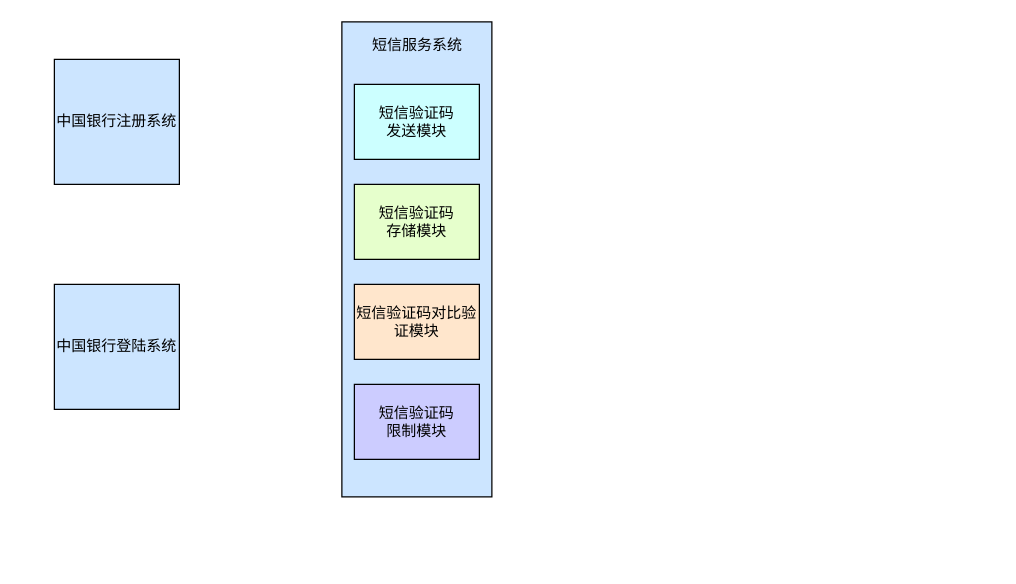
The draw.io diagram 整体架构图.drawio in Foward-Fu/Demo, before the edit. Source tidied: cells renumbered, new cells numbered last; positions are measured from the earlier drawing's top-left corner, leaving out a move shared by most shapes. Both pictures are drawn from the tidied source at 125%, with x=0, y=0 at pixel (54, 21).
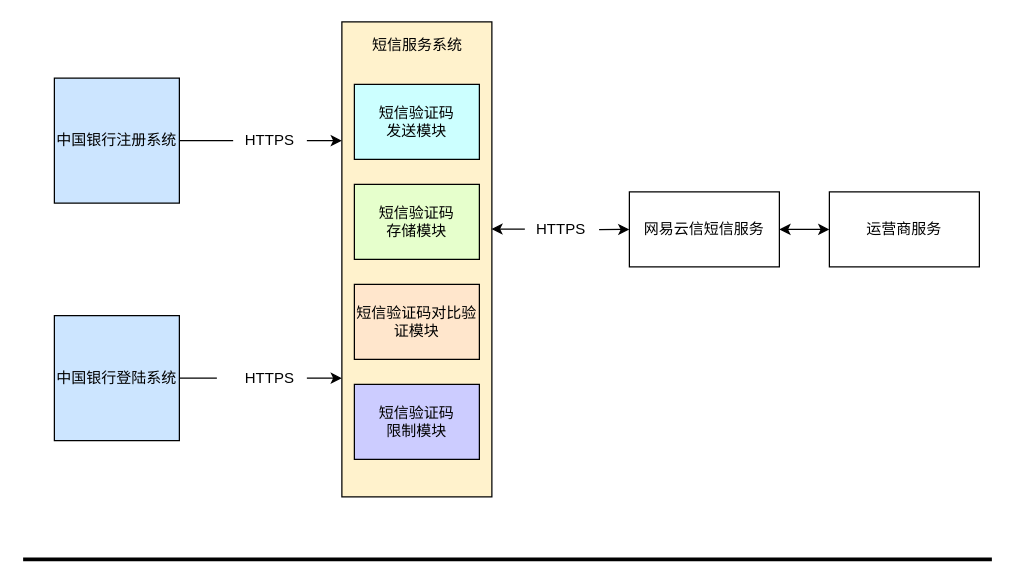
Above is the later version.

Commit message:
更新整体架构图.drawio

The edit, as a diff of the source:
```diff
@@
+    <mxCell id="10" style="edgeStyle=orthogonalEdgeStyle;rounded=0;jettySize=auto;html=1;strokeWidth=1;entryX=0;entryY=0.25;entryDx=0;entryDy=0;startArrow=none;" parent="1" edge="1" source="15" target="4">
+      <mxGeometry relative="1" as="geometry" />
+    </mxCell>
     <mxCell id="2" value="中国银行注册系统" style="rounded=0;whiteSpace=wrap;html=1;fillColor=#CCE5FF;" parent="1" vertex="1">
-      <mxGeometry y="30" width="100" height="100" as="geometry" />
+      <mxGeometry y="45" width="100" height="100" as="geometry" />
     </mxCell>
+    <mxCell id="11" style="edgeStyle=orthogonalEdgeStyle;rounded=0;jettySize=auto;html=1;entryX=0;entryY=0.75;entryDx=0;entryDy=0;strokeWidth=1;startArrow=none;" parent="1" edge="1" source="17" target="4">
+      <mxGeometry relative="1" as="geometry" />
+    </mxCell>
     <mxCell id="3" value="中国银行登陆系统" style="rounded=0;whiteSpace=wrap;html=1;fillColor=#CCE5FF;" parent="1" vertex="1">
-      <mxGeometry y="210" width="100" height="100" as="geometry" />
+      <mxGeometry y="235" width="100" height="100" as="geometry" />
     </mxCell>
-    <mxCell id="4" style="rounded=0;whiteSpace=wrap;html=1;fillColor=#CCE5FF;" parent="1" vertex="1">
+    <mxCell id="4" style="rounded=0;whiteSpace=wrap;html=1;fillColor=#FFF2CC;" parent="1" vertex="1">
       <mxGeometry x="230" width="120" height="380" as="geometry" />
     </mxCell>
@@
+    <mxCell id="12" value="网易云信短信服务" style="rounded=0;whiteSpace=wrap;html=1;fillColor=#FFFFFF;" parent="1" vertex="1">
+      <mxGeometry x="460" y="136" width="120" height="60" as="geometry" />
+    </mxCell>
+    <mxCell id="13" value="运营商服务" style="rounded=0;whiteSpace=wrap;html=1;fillColor=#FFFFFF;" parent="1" vertex="1">
+      <mxGeometry x="620" y="136" width="120" height="60" as="geometry" />
+    </mxCell>
+    <mxCell id="14" style="endArrow=none;html=1;rounded=0;strokeWidth=3;" parent="1" edge="1">
+      <mxGeometry relative="1" as="geometry">
+        <mxPoint x="-25" y="430" as="sourcePoint" />
+        <mxPoint x="750" y="430" as="targetPoint" />
+      </mxGeometry>
+    </mxCell>
+    <mxCell id="15" value="HTTPS" style="text;html=1;align=center;verticalAlign=middle;points=[];fillColor=none;strokeColor=none;rounded=0;" parent="1" vertex="1">
+      <mxGeometry x="142" y="80" width="60" height="30" as="geometry" />
+    </mxCell>
+    <mxCell id="16" style="edgeStyle=orthogonalEdgeStyle;rounded=0;jettySize=auto;html=1;strokeWidth=1;entryX=0.017;entryY=0.5;entryDx=0;entryDy=0;endArrow=none;entryPerimeter=0;" parent="1" edge="1" source="2" target="15">
+      <mxGeometry relative="1" as="geometry" />
+    </mxCell>
+    <mxCell id="17" value="HTTPS" style="text;html=1;align=center;verticalAlign=middle;points=[];fillColor=none;strokeColor=none;rounded=0;" parent="1" vertex="1">
+      <mxGeometry x="142" y="270" width="60" height="30" as="geometry" />
+    </mxCell>
+    <mxCell id="18" style="edgeStyle=orthogonalEdgeStyle;rounded=0;jettySize=auto;html=1;strokeWidth=1;endArrow=none;" parent="1" edge="1" source="3">
+      <mxGeometry relative="1" as="geometry">
+        <mxPoint x="130" y="285" as="targetPoint" />
+      </mxGeometry>
+    </mxCell>
+    <mxCell id="19" style="endArrow=classic;startArrow=none;html=1;rounded=0;strokeWidth=1;exitX=1.013;exitY=0.507;exitDx=0;exitDy=0;exitPerimeter=0;entryX=0;entryY=0.5;entryDx=0;entryDy=0;" parent="1" edge="1" source="20" target="12">
+      <mxGeometry relative="1" as="geometry" />
+    </mxCell>
+    <mxCell id="20" value="HTTPS" style="text;html=1;align=center;verticalAlign=middle;points=[];fillColor=none;strokeColor=none;rounded=0;" parent="1" vertex="1">
+      <mxGeometry x="375" y="151" width="60" height="30" as="geometry" />
+    </mxCell>
+    <mxCell id="21" style="endArrow=none;startArrow=classic;html=1;rounded=0;strokeWidth=1;exitX=0.997;exitY=0.436;exitDx=0;exitDy=0;exitPerimeter=0;entryX=0.023;entryY=0.493;entryDx=0;entryDy=0;entryPerimeter=0;" parent="1" edge="1" source="4" target="20">
+      <mxGeometry relative="1" as="geometry" />
+    </mxCell>
+    <mxCell id="22" style="endArrow=classic;startArrow=classic;html=1;rounded=0;strokeWidth=1;entryX=0;entryY=0.5;entryDx=0;entryDy=0;exitX=1;exitY=0.5;exitDx=0;exitDy=0;" parent="1" edge="1" source="12" target="13">
+      <mxGeometry relative="1" as="geometry" />
+    </mxCell>
```
